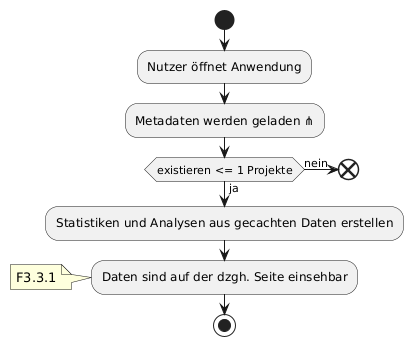
Before: wiki/topics/Inkremente/00/Diagramme/Anforderungsanalyse_017.png, a diagram exported from PlantUML (SoftwareEngineeringOne/wiki).
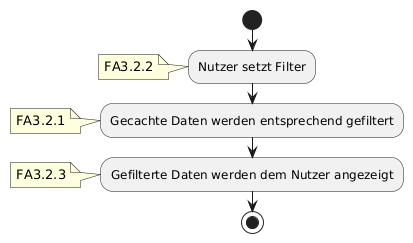
The same file after the commit.

Diff of the diagram source:
```diff
@@ -1,14 +1,11 @@
 @startuml
 
 start
-:Nutzer öffnet Anwendung;
-:Metadaten werden geladen ⋔;
-if(existieren <= 1 Projekte) then(ja)
-:Statistiken und Analysen aus gecachten Daten erstellen;
-else (nein)
-end
-endif
-:Daten sind auf der dzgh. Seite einsehbar;
-note: F3.3.1
+:Nutzer setzt Filter;
+note: FA3.2.2
+:Gecachte Daten werden entsprechend gefiltert;
+note: FA3.2.1
+:Gefilterte Daten werden dem Nutzer angezeigt;
+note: FA3.2.3
 stop
 @enduml
```
